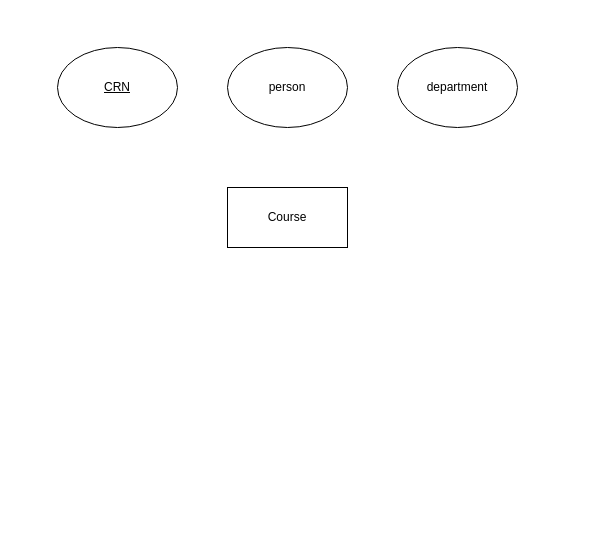
Earlier version of the draw.io diagram DB_HW2_Part1.drawio (lindanceleaf/DB). Source tidied: cells renumbered, new cells numbered last; positions are measured from the earlier drawing's top-left corner, leaving out a move shared by most shapes. Both pictures are drawn from the tidied source at 100%, with x=0, y=0 at pixel (57, 47).
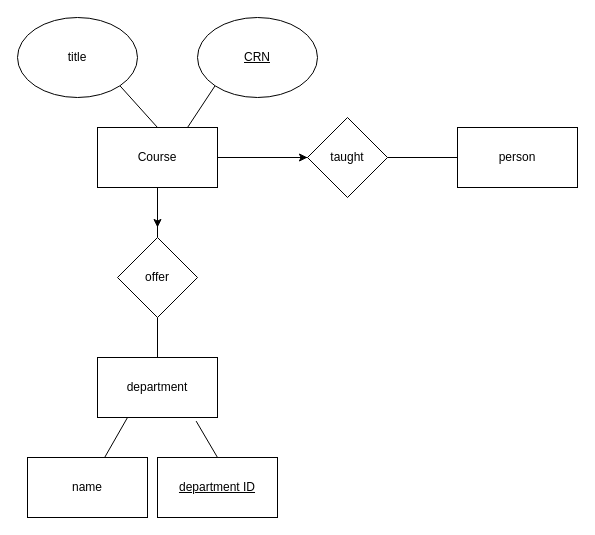
The same page after the edit.

Diff of the diagram source:
```diff
@@
+    <mxCell id="6" style="edgeStyle=orthogonalEdgeStyle;rounded=0;jettySize=auto;html=1;exitX=0.5;exitY=1;exitDx=0;exitDy=0;entryX=0.5;entryY=0;entryDx=0;entryDy=0;endArrow=none;endFill=0;" parent="1" edge="1" source="2" target="14">
+      <mxGeometry relative="1" as="geometry" />
+    </mxCell>
+    <mxCell id="7" style="edgeStyle=orthogonalEdgeStyle;rounded=0;jettySize=auto;html=1;" parent="1" edge="1" source="2">
+      <mxGeometry relative="1" as="geometry">
+        <mxPoint x="100" y="180" as="targetPoint" />
+      </mxGeometry>
+    </mxCell>
+    <mxCell id="8" style="edgeStyle=orthogonalEdgeStyle;rounded=0;jettySize=auto;html=1;" parent="1" edge="1" source="2">
+      <mxGeometry relative="1" as="geometry">
+        <mxPoint x="250" y="110" as="targetPoint" />
+      </mxGeometry>
+    </mxCell>
     <mxCell id="2" value="Course" style="rounded=0;whiteSpace=wrap;html=1;" parent="1" vertex="1">
-      <mxGeometry x="170" y="140" width="120" height="60" as="geometry" />
+      <mxGeometry x="40" y="80" width="120" height="60" as="geometry" />
     </mxCell>
+    <mxCell id="9" style="rounded=0;jettySize=auto;html=1;exitX=1;exitY=1;exitDx=0;exitDy=0;entryX=0.5;entryY=0;entryDx=0;entryDy=0;strokeColor=default;endArrow=none;endFill=0;" parent="1" edge="1" source="10" target="2">
+      <mxGeometry relative="1" as="geometry" />
+    </mxCell>
+    <mxCell id="10" value="title" style="ellipse;whiteSpace=wrap;html=1;" parent="1" vertex="1">
+      <mxGeometry x="-40" y="-30" width="120" height="80" as="geometry" />
+    </mxCell>
+    <mxCell id="11" style="rounded=0;jettySize=auto;html=1;exitX=0;exitY=1;exitDx=0;exitDy=0;entryX=0.75;entryY=0;entryDx=0;entryDy=0;endArrow=none;endFill=0;" parent="1" edge="1" source="3" target="2">
+      <mxGeometry relative="1" as="geometry" />
+    </mxCell>
     <mxCell id="3" value="&lt;u&gt;CRN&lt;/u&gt;" style="ellipse;whiteSpace=wrap;html=1;" parent="1" vertex="1">
-      <mxGeometry width="120" height="80" as="geometry" />
+      <mxGeometry x="140" y="-30" width="120" height="80" as="geometry" />
     </mxCell>
+    <mxCell id="12" style="edgeStyle=orthogonalEdgeStyle;rounded=0;jettySize=auto;html=1;entryX=1;entryY=0.5;entryDx=0;entryDy=0;endArrow=none;endFill=0;" parent="1" edge="1" source="4" target="16">
+      <mxGeometry relative="1" as="geometry" />
+    </mxCell>
-    <mxCell id="4" value="person" style="ellipse;whiteSpace=wrap;html=1;" parent="1" vertex="1">
-      <mxGeometry x="170" width="120" height="80" as="geometry" />
+    <mxCell id="4" value="person&lt;br&gt;" style="whiteSpace=wrap;html=1;" parent="1" vertex="1">
+      <mxGeometry x="400" y="80" width="120" height="60" as="geometry" />
     </mxCell>
+    <mxCell id="13" style="edgeStyle=orthogonalEdgeStyle;rounded=0;jettySize=auto;html=1;endArrow=none;endFill=0;" parent="1" edge="1" source="5" target="14">
+      <mxGeometry relative="1" as="geometry" />
+    </mxCell>
-    <mxCell id="5" value="department" style="ellipse;whiteSpace=wrap;html=1;" parent="1" vertex="1">
-      <mxGeometry x="340" width="120" height="80" as="geometry" />
+    <mxCell id="5" value="department" style="whiteSpace=wrap;html=1;" parent="1" vertex="1">
+      <mxGeometry x="40" y="310" width="120" height="60" as="geometry" />
     </mxCell>
+    <mxCell id="14" value="offer" style="rhombus;whiteSpace=wrap;html=1;" parent="1" vertex="1">
+      <mxGeometry x="60" y="190" width="80" height="80" as="geometry" />
+    </mxCell>
+    <mxCell id="15" style="edgeStyle=orthogonalEdgeStyle;rounded=0;jettySize=auto;html=1;exitX=0;exitY=0.5;exitDx=0;exitDy=0;entryX=1;entryY=0.5;entryDx=0;entryDy=0;endArrow=none;endFill=0;" parent="1" edge="1" source="16" target="2">
+      <mxGeometry relative="1" as="geometry" />
+    </mxCell>
+    <mxCell id="16" value="taught" style="rhombus;whiteSpace=wrap;html=1;" parent="1" vertex="1">
+      <mxGeometry x="250" y="70" width="80" height="80" as="geometry" />
+    </mxCell>
+    <mxCell id="17" style="rounded=0;jettySize=auto;html=1;entryX=0.25;entryY=1;entryDx=0;entryDy=0;endArrow=none;endFill=0;" parent="1" edge="1" source="18" target="5">
+      <mxGeometry relative="1" as="geometry" />
+    </mxCell>
+    <mxCell id="18" value="name" style="whiteSpace=wrap;html=1;" parent="1" vertex="1">
+      <mxGeometry x="-30" y="410" width="120" height="60" as="geometry" />
+    </mxCell>
+    <mxCell id="19" style="rounded=0;jettySize=auto;html=1;exitX=0.5;exitY=0;exitDx=0;exitDy=0;entryX=0.822;entryY=1.06;entryDx=0;entryDy=0;entryPerimeter=0;endArrow=none;endFill=0;" parent="1" edge="1" source="20" target="5">
+      <mxGeometry relative="1" as="geometry" />
+    </mxCell>
+    <mxCell id="20" value="&lt;u&gt;department ID&lt;/u&gt;" style="whiteSpace=wrap;html=1;" parent="1" vertex="1">
+      <mxGeometry x="100" y="410" width="120" height="60" as="geometry" />
+    </mxCell>
```
